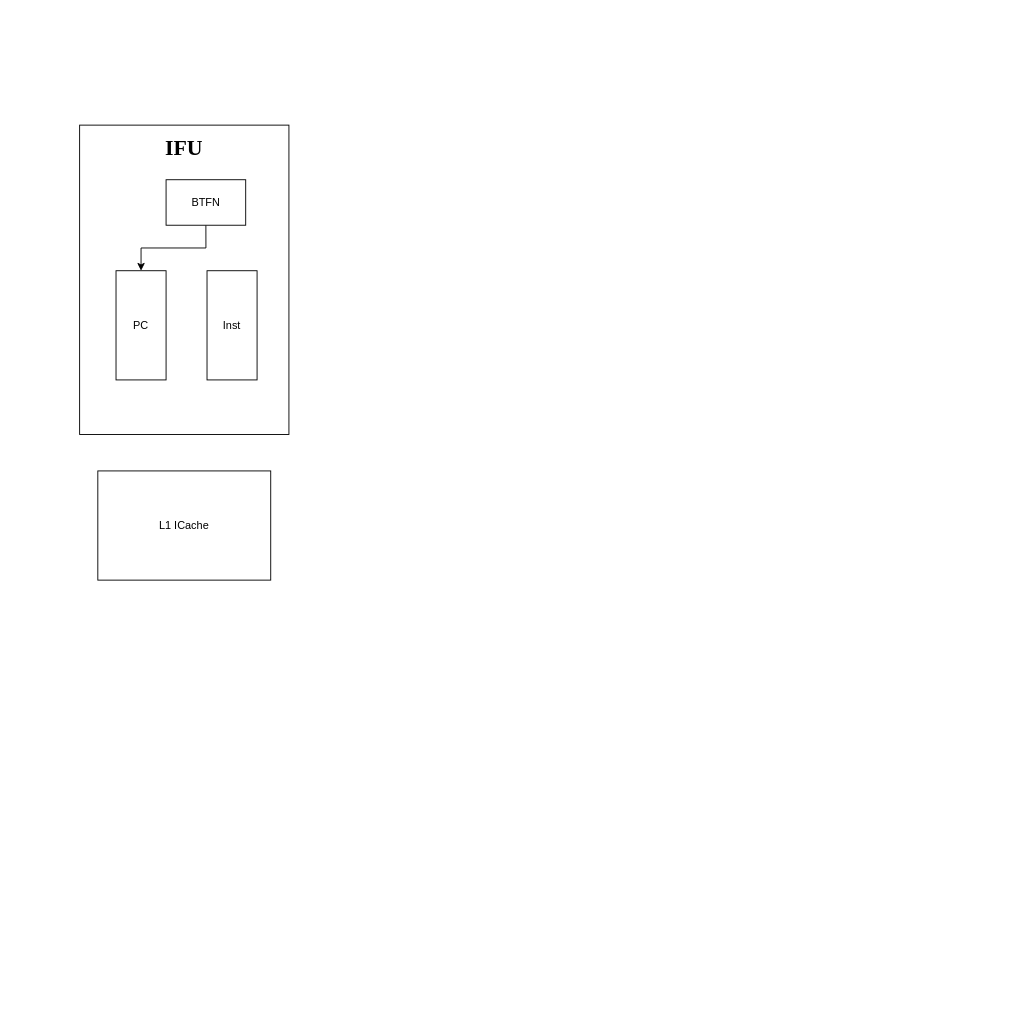
Earlier version of the draw.io diagram my_notes/pipeline/流水线架构.drawio (againlxt/ysyx-workbench). Source tidied: cells renumbered, new cells numbered last; positions are measured from the earlier drawing's top-left corner, leaving out a move shared by most shapes. Both pictures are drawn from the tidied source at 91%, with x=0, y=0 at pixel (79, 125).
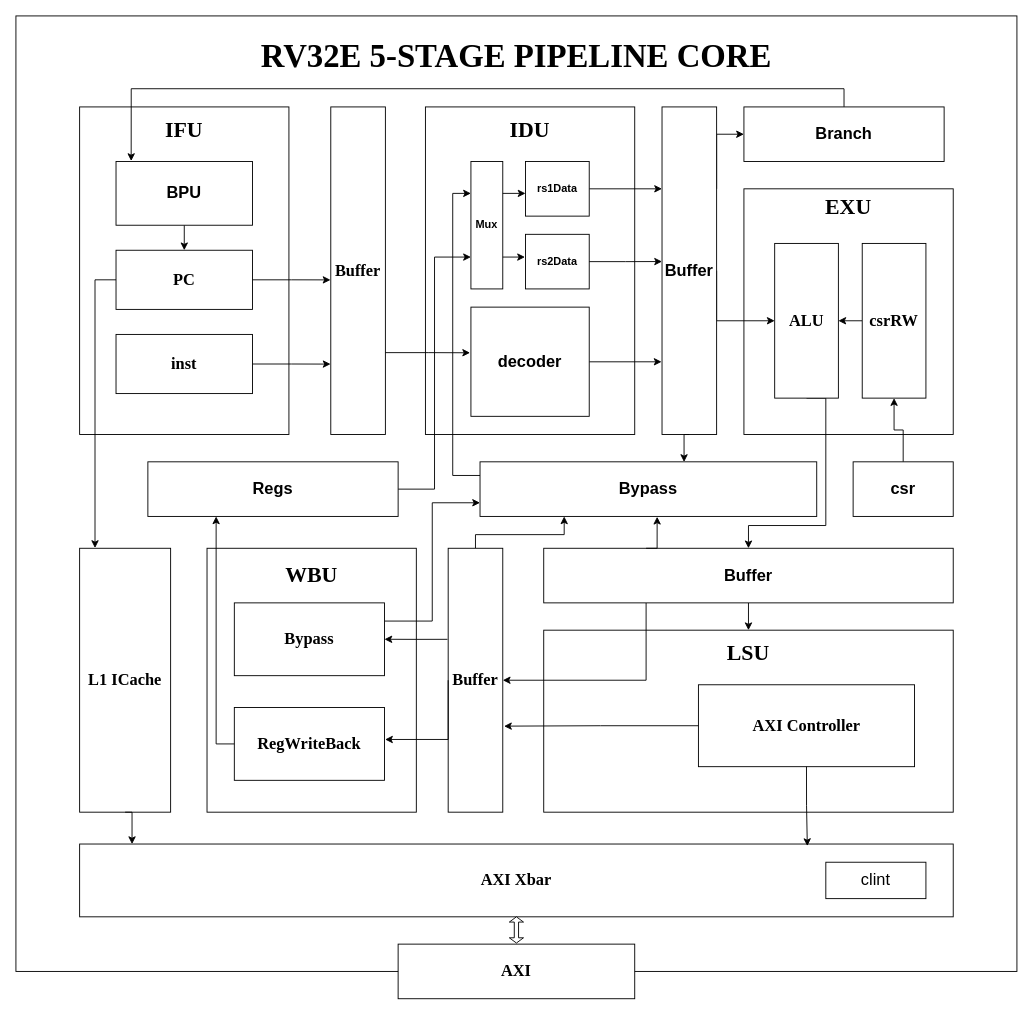
Above is the later version.

What changed in the source:
```diff
@@
+    <mxCell id="9" style="rounded=0;whiteSpace=wrap;html=1;" parent="1" vertex="1">
+      <mxGeometry x="-70" y="-120" width="1100" height="1050" as="geometry" />
+    </mxCell>
+    <mxCell id="10" style="rounded=0;whiteSpace=wrap;html=1;" parent="1" vertex="1">
+      <mxGeometry x="510" y="555" width="450" height="200" as="geometry" />
+    </mxCell>
+    <mxCell id="11" style="rounded=0;whiteSpace=wrap;html=1;" parent="1" vertex="1">
+      <mxGeometry x="730" y="70" width="230" height="270" as="geometry" />
+    </mxCell>
-    <mxCell id="2" style="rounded=0;whiteSpace=wrap;html=1;" parent="1" vertex="1">
-      <mxGeometry width="230" height="340" as="geometry" />
+    <mxCell id="2" style="rounded=0;whiteSpace=wrap;html=1;strokeColor=default;align=center;verticalAlign=middle;fontFamily=Helvetica;fontSize=12;fontColor=default;fillColor=default;" parent="1" vertex="1">
+      <mxGeometry y="-20" width="230" height="360" as="geometry" />
     </mxCell>
     <mxCell id="3" value="&lt;font style=&quot;font-size: 24px;&quot; face=&quot;Times New Roman&quot;&gt;&lt;b&gt;IFU&lt;/b&gt;&lt;/font&gt;" style="text;strokeColor=none;align=center;fillColor=none;html=1;verticalAlign=middle;whiteSpace=wrap;rounded=0;" parent="1" vertex="1">
-      <mxGeometry x="85" y="10" width="60" height="30" as="geometry" />
+      <mxGeometry x="85" y="-10" width="60" height="30" as="geometry" />
     </mxCell>
@@
-    <mxCell id="5" value="BTFN" style="rounded=0;whiteSpace=wrap;html=1;" parent="1" vertex="1">
-      <mxGeometry x="95" y="60" width="87.5" height="50" as="geometry" />
+    <mxCell id="5" value="&lt;b&gt;&lt;font style=&quot;font-size: 18px;&quot;&gt;BPU&lt;/font&gt;&lt;/b&gt;" style="rounded=0;whiteSpace=wrap;html=1;" parent="1" vertex="1">
+      <mxGeometry x="40" y="40" width="150" height="70" as="geometry" />
     </mxCell>
-    <mxCell id="6" value="PC" style="rounded=0;whiteSpace=wrap;html=1;" parent="1" vertex="1">
-      <mxGeometry x="40" y="160" width="55" height="120" as="geometry" />
+    <mxCell id="6" value="&lt;font face=&quot;Times New Roman&quot; style=&quot;font-size: 18px;&quot;&gt;&lt;b&gt;PC&lt;/b&gt;&lt;/font&gt;" style="rounded=0;whiteSpace=wrap;html=1;strokeColor=default;align=center;verticalAlign=middle;fontFamily=Helvetica;fontSize=12;fontColor=default;fillColor=default;" parent="1" vertex="1">
+      <mxGeometry x="40" y="137.5" width="150" height="65" as="geometry" />
     </mxCell>
-    <mxCell id="7" value="Inst" style="rounded=0;whiteSpace=wrap;html=1;" parent="1" vertex="1">
-      <mxGeometry x="140" y="160" width="55" height="120" as="geometry" />
-    </mxCell>
-    <mxCell id="8" value="L1 ICache" style="rounded=0;whiteSpace=wrap;html=1;" parent="1" vertex="1">
-      <mxGeometry x="20" y="380" width="190" height="120" as="geometry" />
+    <mxCell id="8" value="&lt;b&gt;&lt;font face=&quot;Times New Roman&quot; style=&quot;font-size: 18px;&quot;&gt;L1 ICache&lt;/font&gt;&lt;/b&gt;" style="rounded=0;whiteSpace=wrap;html=1;" parent="1" vertex="1">
+      <mxGeometry y="465" width="100" height="290" as="geometry" />
     </mxCell>
+    <mxCell id="12" style="rounded=0;whiteSpace=wrap;html=1;" parent="1" vertex="1">
+      <mxGeometry x="380" y="-20" width="230" height="360" as="geometry" />
+    </mxCell>
+    <mxCell id="13" value="&lt;font face=&quot;Times New Roman&quot;&gt;&lt;span style=&quot;font-size: 24px;&quot;&gt;&lt;b&gt;IDU&lt;/b&gt;&lt;/span&gt;&lt;/font&gt;" style="text;strokeColor=none;align=center;fillColor=none;html=1;verticalAlign=middle;whiteSpace=wrap;rounded=0;" parent="1" vertex="1">
+      <mxGeometry x="465" y="-10" width="60" height="30" as="geometry" />
+    </mxCell>
+    <mxCell id="14" value="&lt;font style=&quot;font-size: 18px;&quot; face=&quot;Times New Roman&quot;&gt;&lt;b&gt;inst&lt;/b&gt;&lt;/font&gt;" style="rounded=0;whiteSpace=wrap;html=1;" parent="1" vertex="1">
+      <mxGeometry x="40" y="230" width="150" height="65" as="geometry" />
+    </mxCell>
+    <mxCell id="15" style="edgeStyle=orthogonalEdgeStyle;rounded=0;jettySize=auto;html=1;exitX=1;exitY=0.5;exitDx=0;exitDy=0;entryX=-0.008;entryY=0.778;entryDx=0;entryDy=0;entryPerimeter=0;" parent="1" edge="1" source="16" target="28">
+      <mxGeometry relative="1" as="geometry">
+        <Array as="points">
+          <mxPoint x="640" y="260" />
+        </Array>
+      </mxGeometry>
+    </mxCell>
+    <mxCell id="16" value="&lt;b&gt;&lt;font style=&quot;font-size: 18px;&quot;&gt;decoder&lt;/font&gt;&lt;/b&gt;" style="rounded=0;whiteSpace=wrap;html=1;" parent="1" vertex="1">
+      <mxGeometry x="430" y="200" width="130" height="120" as="geometry" />
+    </mxCell>
+    <mxCell id="17" style="edgeStyle=orthogonalEdgeStyle;rounded=0;jettySize=auto;html=1;exitX=1;exitY=0.5;exitDx=0;exitDy=0;entryX=0;entryY=0.25;entryDx=0;entryDy=0;" parent="1" edge="1" source="18" target="28">
+      <mxGeometry relative="1" as="geometry" />
+    </mxCell>
+    <mxCell id="18" value="&lt;b&gt;rs1Data&lt;/b&gt;" style="rounded=0;whiteSpace=wrap;html=1;" parent="1" vertex="1">
+      <mxGeometry x="490" y="40" width="70" height="60" as="geometry" />
+    </mxCell>
+    <mxCell id="19" value="&lt;b&gt;rs2Data&lt;/b&gt;" style="rounded=0;whiteSpace=wrap;html=1;" parent="1" vertex="1">
+      <mxGeometry x="490" y="120" width="70" height="60" as="geometry" />
+    </mxCell>
+    <mxCell id="20" value="&lt;font face=&quot;Times New Roman&quot;&gt;&lt;span style=&quot;font-size: 24px;&quot;&gt;&lt;b&gt;EXU&lt;/b&gt;&lt;/span&gt;&lt;/font&gt;" style="text;strokeColor=none;align=center;fillColor=none;html=1;verticalAlign=middle;whiteSpace=wrap;rounded=0;" parent="1" vertex="1">
+      <mxGeometry x="815" y="70" width="60" height="40" as="geometry" />
+    </mxCell>
+    <mxCell id="21" style="edgeStyle=orthogonalEdgeStyle;rounded=0;jettySize=auto;html=1;exitX=0;exitY=0.5;exitDx=0;exitDy=0;entryX=1;entryY=0.5;entryDx=0;entryDy=0;" parent="1" edge="1" source="22" target="24">
+      <mxGeometry relative="1" as="geometry" />
+    </mxCell>
+    <mxCell id="22" value="&lt;b&gt;&lt;font face=&quot;Times New Roman&quot; style=&quot;font-size: 18px;&quot;&gt;csrRW&lt;/font&gt;&lt;/b&gt;" style="rounded=0;whiteSpace=wrap;html=1;" parent="1" vertex="1">
+      <mxGeometry x="860" y="130" width="70" height="170" as="geometry" />
+    </mxCell>
+    <mxCell id="23" style="edgeStyle=orthogonalEdgeStyle;rounded=0;jettySize=auto;html=1;exitX=0.5;exitY=1;exitDx=0;exitDy=0;entryX=0.5;entryY=0;entryDx=0;entryDy=0;" parent="1" edge="1" source="24" target="34">
+      <mxGeometry relative="1" as="geometry">
+        <Array as="points">
+          <mxPoint x="820" y="300" />
+          <mxPoint x="820" y="440" />
+          <mxPoint x="735" y="440" />
+        </Array>
+      </mxGeometry>
+    </mxCell>
+    <mxCell id="24" value="&lt;b&gt;&lt;font face=&quot;Times New Roman&quot; style=&quot;font-size: 18px;&quot;&gt;ALU&lt;/font&gt;&lt;/b&gt;" style="rounded=0;whiteSpace=wrap;html=1;" parent="1" vertex="1">
+      <mxGeometry x="763.8" y="130" width="70" height="170" as="geometry" />
+    </mxCell>
+    <mxCell id="25" value="&lt;b&gt;&lt;font face=&quot;Times New Roman&quot; style=&quot;font-size: 18px;&quot;&gt;Buffer&lt;/font&gt;&lt;/b&gt;" style="rounded=0;whiteSpace=wrap;html=1;" parent="1" vertex="1">
+      <mxGeometry x="276" y="-20" width="60" height="360" as="geometry" />
+    </mxCell>
+    <mxCell id="26" style="edgeStyle=orthogonalEdgeStyle;rounded=0;jettySize=auto;html=1;exitX=1;exitY=0.5;exitDx=0;exitDy=0;entryX=0;entryY=0.5;entryDx=0;entryDy=0;" parent="1" edge="1" source="28" target="24">
+      <mxGeometry relative="1" as="geometry">
+        <Array as="points">
+          <mxPoint x="700" y="215" />
+        </Array>
+      </mxGeometry>
+    </mxCell>
+    <mxCell id="27" style="edgeStyle=orthogonalEdgeStyle;rounded=0;jettySize=auto;html=1;exitX=1;exitY=0.25;exitDx=0;exitDy=0;" parent="1" edge="1" source="28" target="55">
+      <mxGeometry relative="1" as="geometry">
+        <Array as="points">
+          <mxPoint x="700" y="10" />
+        </Array>
+      </mxGeometry>
+    </mxCell>
+    <mxCell id="28" value="&lt;b&gt;&lt;font style=&quot;font-size: 18px;&quot;&gt;Buffer&lt;/font&gt;&lt;/b&gt;" style="rounded=0;whiteSpace=wrap;html=1;" parent="1" vertex="1">
+      <mxGeometry x="640" y="-20" width="60" height="360" as="geometry" />
+    </mxCell>
+    <mxCell id="29" style="edgeStyle=orthogonalEdgeStyle;rounded=0;jettySize=auto;html=1;exitX=1;exitY=0.5;exitDx=0;exitDy=0;entryX=-0.005;entryY=0.528;entryDx=0;entryDy=0;entryPerimeter=0;" parent="1" edge="1" source="6" target="25">
+      <mxGeometry relative="1" as="geometry" />
+    </mxCell>
+    <mxCell id="30" style="edgeStyle=orthogonalEdgeStyle;rounded=0;jettySize=auto;html=1;exitX=1;exitY=0.5;exitDx=0;exitDy=0;entryX=-0.004;entryY=0.785;entryDx=0;entryDy=0;entryPerimeter=0;" parent="1" edge="1" source="14" target="25">
+      <mxGeometry relative="1" as="geometry" />
+    </mxCell>
+    <mxCell id="31" value="&lt;b&gt;Mux&lt;/b&gt;" style="rounded=0;whiteSpace=wrap;html=1;" parent="1" vertex="1">
+      <mxGeometry x="430" y="40" width="35" height="140" as="geometry" />
+    </mxCell>
+    <mxCell id="32" style="edgeStyle=orthogonalEdgeStyle;rounded=0;jettySize=auto;html=1;exitX=0.5;exitY=1;exitDx=0;exitDy=0;entryX=0.5;entryY=0;entryDx=0;entryDy=0;" parent="1" edge="1" source="34" target="10">
+      <mxGeometry relative="1" as="geometry" />
+    </mxCell>
+    <mxCell id="33" style="edgeStyle=orthogonalEdgeStyle;rounded=0;jettySize=auto;html=1;exitX=0.25;exitY=1;exitDx=0;exitDy=0;" parent="1" edge="1" source="34" target="38">
+      <mxGeometry relative="1" as="geometry" />
+    </mxCell>
+    <mxCell id="34" value="&lt;b&gt;&lt;font style=&quot;font-size: 18px;&quot;&gt;Buffer&lt;/font&gt;&lt;/b&gt;" style="rounded=0;whiteSpace=wrap;html=1;" parent="1" vertex="1">
+      <mxGeometry x="510" y="465" width="450" height="60" as="geometry" />
+    </mxCell>
+    <mxCell id="35" value="&lt;font face=&quot;Times New Roman&quot;&gt;&lt;span style=&quot;font-size: 24px;&quot;&gt;&lt;b&gt;LSU&lt;/b&gt;&lt;/span&gt;&lt;/font&gt;" style="text;strokeColor=none;align=center;fillColor=none;html=1;verticalAlign=middle;whiteSpace=wrap;rounded=0;" parent="1" vertex="1">
+      <mxGeometry x="705" y="565" width="60" height="30" as="geometry" />
+    </mxCell>
+    <mxCell id="36" value="&lt;b&gt;&lt;font face=&quot;Times New Roman&quot; style=&quot;font-size: 18px;&quot;&gt;AXI Controller&lt;/font&gt;&lt;/b&gt;" style="rounded=0;whiteSpace=wrap;html=1;" parent="1" vertex="1">
+      <mxGeometry x="680" y="615" width="237.5" height="90" as="geometry" />
+    </mxCell>
+    <mxCell id="37" style="edgeStyle=orthogonalEdgeStyle;rounded=0;jettySize=auto;html=1;exitX=0.5;exitY=0;exitDx=0;exitDy=0;entryX=0.25;entryY=1;entryDx=0;entryDy=0;" parent="1" edge="1" source="38" target="49">
+      <mxGeometry relative="1" as="geometry">
+        <Array as="points">
+          <mxPoint x="435" y="450" />
+          <mxPoint x="532" y="450" />
+        </Array>
+      </mxGeometry>
+    </mxCell>
+    <mxCell id="38" value="&lt;b&gt;&lt;font face=&quot;Times New Roman&quot; style=&quot;font-size: 18px;&quot;&gt;Buffer&lt;/font&gt;&lt;/b&gt;" style="rounded=0;whiteSpace=wrap;html=1;" parent="1" vertex="1">
+      <mxGeometry x="405" y="465" width="60" height="290" as="geometry" />
+    </mxCell>
+    <mxCell id="39" style="rounded=0;whiteSpace=wrap;html=1;strokeColor=default;align=center;verticalAlign=middle;fontFamily=Helvetica;fontSize=12;fontColor=default;fillColor=default;" parent="1" vertex="1">
+      <mxGeometry x="140" y="465" width="230" height="290" as="geometry" />
+    </mxCell>
+    <mxCell id="40" value="&lt;font style=&quot;font-size: 24px;&quot; face=&quot;Times New Roman&quot;&gt;&lt;b&gt;WBU&lt;/b&gt;&lt;/font&gt;" style="text;strokeColor=none;align=center;fillColor=none;html=1;verticalAlign=middle;whiteSpace=wrap;rounded=0;" parent="1" vertex="1">
+      <mxGeometry x="225" y="480" width="60" height="30" as="geometry" />
+    </mxCell>
+    <mxCell id="41" style="edgeStyle=orthogonalEdgeStyle;rounded=0;jettySize=auto;html=1;exitX=0;exitY=0.5;exitDx=0;exitDy=0;entryX=1.023;entryY=0.674;entryDx=0;entryDy=0;entryPerimeter=0;" parent="1" edge="1" source="36" target="38">
+      <mxGeometry relative="1" as="geometry" />
+    </mxCell>
+    <mxCell id="42" value="&lt;b&gt;&lt;font face=&quot;Times New Roman&quot; style=&quot;font-size: 18px;&quot;&gt;RegWriteBack&lt;/font&gt;&lt;/b&gt;" style="rounded=0;whiteSpace=wrap;html=1;" parent="1" vertex="1">
+      <mxGeometry x="170" y="640" width="165" height="80" as="geometry" />
+    </mxCell>
+    <mxCell id="43" style="edgeStyle=orthogonalEdgeStyle;rounded=0;jettySize=auto;html=1;exitX=1;exitY=0.5;exitDx=0;exitDy=0;entryX=0;entryY=0.75;entryDx=0;entryDy=0;" parent="1" edge="1" source="44" target="31">
+      <mxGeometry relative="1" as="geometry" />
+    </mxCell>
+    <mxCell id="44" value="&lt;b&gt;&lt;font style=&quot;font-size: 18px;&quot;&gt;Regs&lt;/font&gt;&lt;/b&gt;" style="rounded=0;whiteSpace=wrap;html=1;" parent="1" vertex="1">
+      <mxGeometry x="75" y="370" width="275" height="60" as="geometry" />
+    </mxCell>
+    <mxCell id="45" style="edgeStyle=orthogonalEdgeStyle;rounded=0;jettySize=auto;html=1;exitX=0;exitY=0.5;exitDx=0;exitDy=0;" parent="1" edge="1" source="42">
+      <mxGeometry relative="1" as="geometry">
+        <mxPoint x="150" y="430" as="targetPoint" />
+        <Array as="points">
+          <mxPoint x="150" y="680" />
+          <mxPoint x="150" y="431" />
+        </Array>
+      </mxGeometry>
+    </mxCell>
+    <mxCell id="46" style="edgeStyle=orthogonalEdgeStyle;rounded=0;jettySize=auto;html=1;exitX=1;exitY=0.25;exitDx=0;exitDy=0;entryX=0;entryY=0.75;entryDx=0;entryDy=0;" parent="1" edge="1" source="47" target="49">
+      <mxGeometry relative="1" as="geometry" />
+    </mxCell>
+    <mxCell id="47" value="&lt;b&gt;&lt;font face=&quot;Times New Roman&quot; style=&quot;font-size: 18px;&quot;&gt;Bypass&lt;/font&gt;&lt;/b&gt;" style="rounded=0;whiteSpace=wrap;html=1;" parent="1" vertex="1">
+      <mxGeometry x="170" y="525" width="165" height="80" as="geometry" />
+    </mxCell>
+    <mxCell id="48" style="edgeStyle=orthogonalEdgeStyle;rounded=0;jettySize=auto;html=1;exitX=0;exitY=0.25;exitDx=0;exitDy=0;entryX=0;entryY=0.25;entryDx=0;entryDy=0;" parent="1" edge="1" source="49" target="31">
+      <mxGeometry relative="1" as="geometry" />
+    </mxCell>
+    <mxCell id="49" value="&lt;b&gt;&lt;font style=&quot;font-size: 18px;&quot;&gt;Bypass&lt;/font&gt;&lt;/b&gt;" style="rounded=0;whiteSpace=wrap;html=1;" parent="1" vertex="1">
+      <mxGeometry x="440" y="370" width="370" height="60" as="geometry" />
+    </mxCell>
+    <mxCell id="50" style="edgeStyle=orthogonalEdgeStyle;rounded=0;jettySize=auto;html=1;exitX=1;exitY=0.25;exitDx=0;exitDy=0;entryX=0;entryY=0.594;entryDx=0;entryDy=0;entryPerimeter=0;" parent="1" edge="1" source="31" target="18">
+      <mxGeometry relative="1" as="geometry" />
+    </mxCell>
+    <mxCell id="51" style="edgeStyle=orthogonalEdgeStyle;rounded=0;jettySize=auto;html=1;exitX=1;exitY=0.75;exitDx=0;exitDy=0;entryX=-0.008;entryY=0.427;entryDx=0;entryDy=0;entryPerimeter=0;" parent="1" edge="1" source="31" target="19">
+      <mxGeometry relative="1" as="geometry" />
+    </mxCell>
+    <mxCell id="52" style="edgeStyle=orthogonalEdgeStyle;rounded=0;jettySize=auto;html=1;exitX=0.25;exitY=0;exitDx=0;exitDy=0;entryX=0.526;entryY=1.006;entryDx=0;entryDy=0;entryPerimeter=0;" parent="1" edge="1" source="34" target="49">
+      <mxGeometry relative="1" as="geometry" />
+    </mxCell>
+    <mxCell id="53" style="edgeStyle=orthogonalEdgeStyle;rounded=0;jettySize=auto;html=1;exitX=0.5;exitY=1;exitDx=0;exitDy=0;entryX=0.606;entryY=0.003;entryDx=0;entryDy=0;entryPerimeter=0;" parent="1" edge="1" source="28" target="49">
+      <mxGeometry relative="1" as="geometry" />
+    </mxCell>
+    <mxCell id="54" style="edgeStyle=orthogonalEdgeStyle;rounded=0;jettySize=auto;html=1;exitX=0.5;exitY=0;exitDx=0;exitDy=0;entryX=0.111;entryY=-0.008;entryDx=0;entryDy=0;entryPerimeter=0;" parent="1" edge="1" source="55" target="5">
+      <mxGeometry relative="1" as="geometry" />
+    </mxCell>
+    <mxCell id="55" value="&lt;b&gt;&lt;font style=&quot;font-size: 18px;&quot;&gt;Branch&lt;/font&gt;&lt;/b&gt;" style="rounded=0;whiteSpace=wrap;html=1;" parent="1" vertex="1">
+      <mxGeometry x="730" y="-20" width="220" height="60" as="geometry" />
+    </mxCell>
+    <mxCell id="56" style="edgeStyle=orthogonalEdgeStyle;rounded=0;jettySize=auto;html=1;exitX=1;exitY=0.75;exitDx=0;exitDy=0;entryX=-0.007;entryY=0.418;entryDx=0;entryDy=0;entryPerimeter=0;" parent="1" edge="1" source="25" target="16">
+      <mxGeometry relative="1" as="geometry" />
+    </mxCell>
+    <mxCell id="57" style="edgeStyle=orthogonalEdgeStyle;rounded=0;jettySize=auto;html=1;exitX=0.5;exitY=0;exitDx=0;exitDy=0;entryX=0.5;entryY=1;entryDx=0;entryDy=0;" parent="1" edge="1" source="58" target="22">
+      <mxGeometry relative="1" as="geometry" />
+    </mxCell>
+    <mxCell id="58" value="&lt;b&gt;&lt;font style=&quot;font-size: 18px;&quot;&gt;csr&lt;/font&gt;&lt;/b&gt;" style="rounded=0;whiteSpace=wrap;html=1;" parent="1" vertex="1">
+      <mxGeometry x="850" y="370" width="110" height="60" as="geometry" />
+    </mxCell>
+    <mxCell id="59" style="edgeStyle=orthogonalEdgeStyle;rounded=0;jettySize=auto;html=1;exitX=0;exitY=0.5;exitDx=0;exitDy=0;entryX=0.169;entryY=-0.001;entryDx=0;entryDy=0;entryPerimeter=0;" parent="1" edge="1" source="6" target="8">
+      <mxGeometry relative="1" as="geometry" />
+    </mxCell>
+    <mxCell id="60" style="edgeStyle=orthogonalEdgeStyle;rounded=0;jettySize=auto;html=1;exitX=1;exitY=0.5;exitDx=0;exitDy=0;entryX=0;entryY=0.472;entryDx=0;entryDy=0;entryPerimeter=0;" parent="1" edge="1" source="19" target="28">
+      <mxGeometry relative="1" as="geometry" />
+    </mxCell>
+    <mxCell id="61" style="edgeStyle=orthogonalEdgeStyle;rounded=0;jettySize=auto;html=1;exitX=0;exitY=0.5;exitDx=0;exitDy=0;entryX=1.004;entryY=0.439;entryDx=0;entryDy=0;entryPerimeter=0;" parent="1" edge="1" source="38" target="42">
+      <mxGeometry relative="1" as="geometry">
+        <Array as="points">
+          <mxPoint x="405" y="675" />
+        </Array>
+      </mxGeometry>
+    </mxCell>
+    <mxCell id="62" style="edgeStyle=orthogonalEdgeStyle;rounded=0;jettySize=auto;html=1;exitX=-0.013;exitY=0.345;exitDx=0;exitDy=0;entryX=1;entryY=0.5;entryDx=0;entryDy=0;exitPerimeter=0;" parent="1" edge="1" source="38" target="47">
+      <mxGeometry relative="1" as="geometry" />
+    </mxCell>
+    <mxCell id="63" value="&lt;b&gt;&lt;font face=&quot;Times New Roman&quot; style=&quot;font-size: 18px;&quot;&gt;AXI Xbar&lt;/font&gt;&lt;/b&gt;" style="rounded=0;whiteSpace=wrap;html=1;" parent="1" vertex="1">
+      <mxGeometry y="790" width="960" height="80" as="geometry" />
+    </mxCell>
+    <mxCell id="64" style="edgeStyle=orthogonalEdgeStyle;rounded=0;jettySize=auto;html=1;exitX=0.5;exitY=1;exitDx=0;exitDy=0;entryX=0.833;entryY=0.028;entryDx=0;entryDy=0;entryPerimeter=0;" parent="1" edge="1" source="36" target="63">
+      <mxGeometry relative="1" as="geometry" />
+    </mxCell>
+    <mxCell id="65" style="edgeStyle=orthogonalEdgeStyle;rounded=0;jettySize=auto;html=1;exitX=0.5;exitY=1;exitDx=0;exitDy=0;entryX=0.06;entryY=0.001;entryDx=0;entryDy=0;entryPerimeter=0;" parent="1" edge="1" source="8" target="63">
+      <mxGeometry relative="1" as="geometry" />
+    </mxCell>
+    <mxCell id="66" value="&lt;span style=&quot;font-size: 18px;&quot;&gt;clint&lt;/span&gt;" style="rounded=0;whiteSpace=wrap;html=1;" parent="1" vertex="1">
+      <mxGeometry x="820" y="810" width="110" height="40" as="geometry" />
+    </mxCell>
+    <mxCell id="67" value="&lt;font style=&quot;font-size: 36px;&quot; face=&quot;Times New Roman&quot;&gt;&lt;b style=&quot;&quot;&gt;RV32E 5-STAGE PIPELINE CORE&lt;/b&gt;&lt;/font&gt;" style="text;strokeColor=none;align=center;fillColor=none;html=1;verticalAlign=middle;whiteSpace=wrap;rounded=0;" parent="1" vertex="1">
+      <mxGeometry x="160" y="-90" width="640" height="30" as="geometry" />
+    </mxCell>
+    <mxCell id="68" value="&lt;b&gt;&lt;font face=&quot;Times New Roman&quot; style=&quot;font-size: 18px;&quot;&gt;AXI&lt;/font&gt;&lt;/b&gt;" style="rounded=0;whiteSpace=wrap;html=1;" parent="1" vertex="1">
+      <mxGeometry x="350" y="900" width="260" height="60" as="geometry" />
+    </mxCell>
+    <mxCell id="69" style="shape=doubleArrow;whiteSpace=wrap;html=1;rotation=90;" parent="1" vertex="1">
+      <mxGeometry x="465.6" y="876.6" width="28.8" height="15.6" as="geometry" />
+    </mxCell>
```
